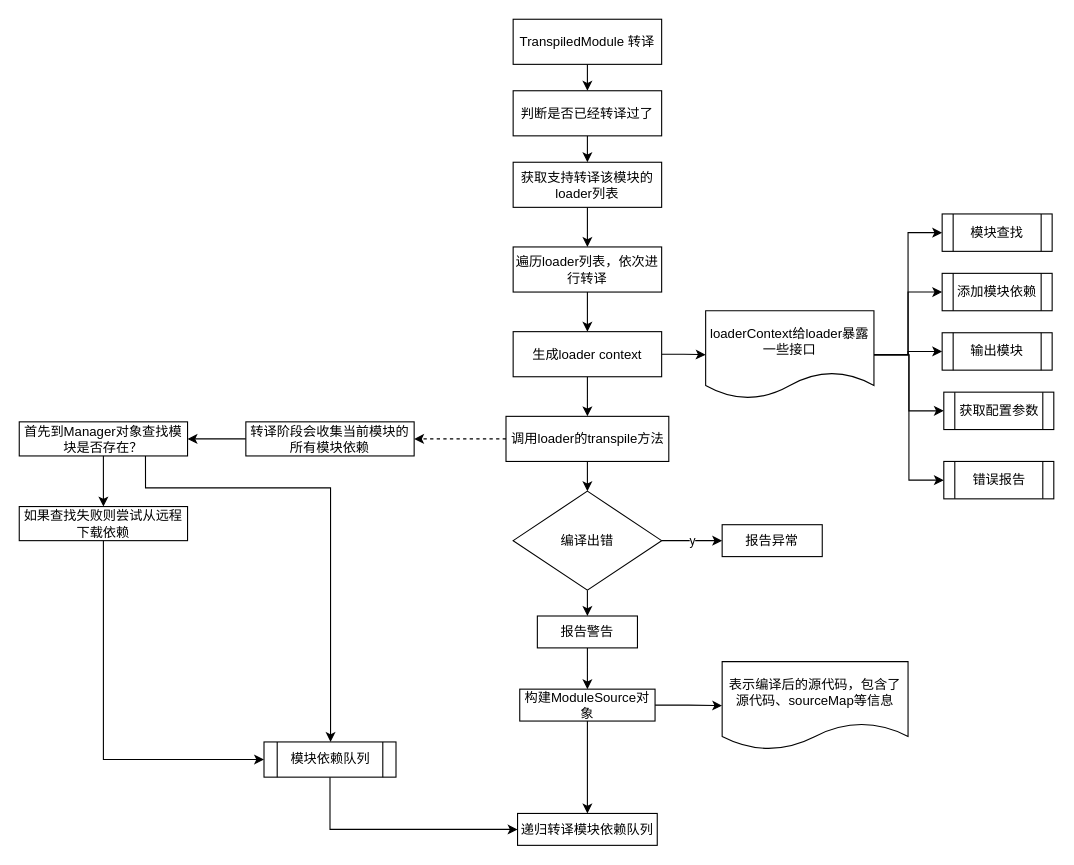
Above: page "转译过程" (6 of 9) of source/_posts/drawio/codesandbox.drawio in ivan-94/bobi.ink (draw.io), before the change. Source tidied: cells renumbered, new cells numbered last; positions are measured from the earlier drawing's top-left corner, leaving out a move shared by most shapes. Both pictures are drawn from the tidied source at 110%, with x=0, y=0 at pixel (19, 19).
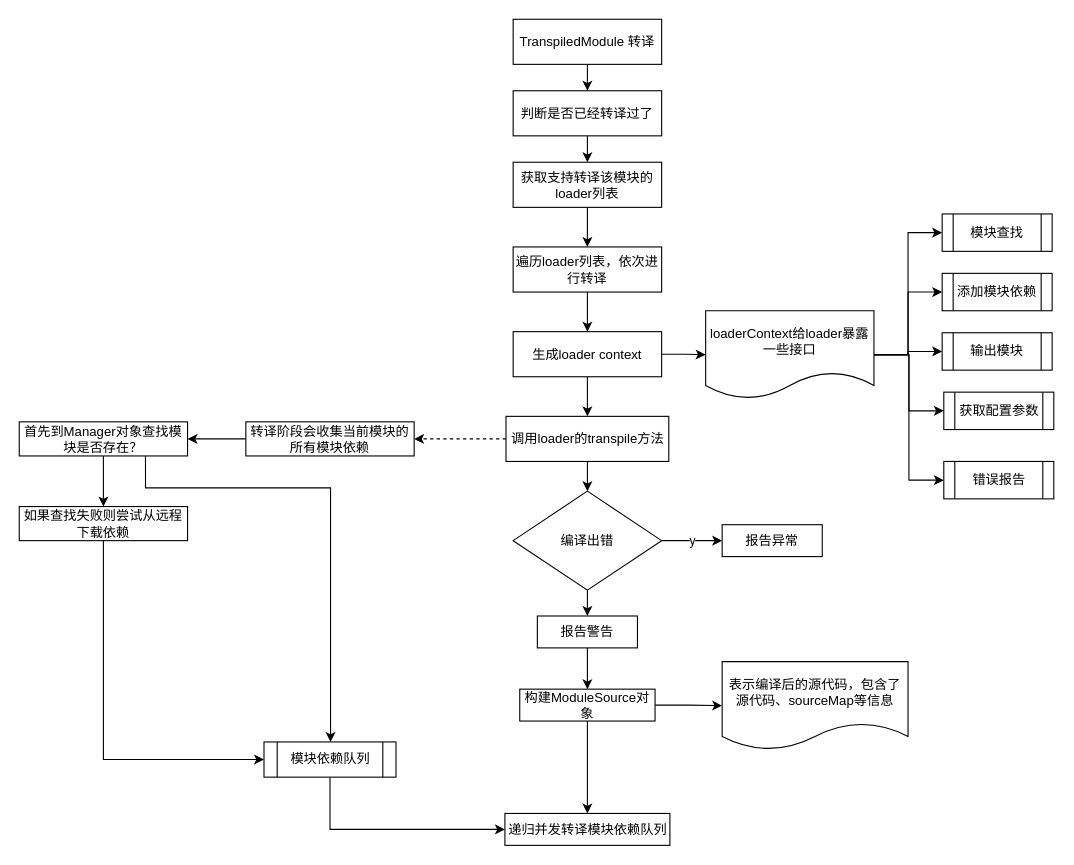
Above is the later version.

Commit message (it also covers changes not shown here):
feat: codesandbox babel-transpiled

Diff of the diagram source:
```diff
@@
-    <mxCell id="46" value="递归转译模块依赖队列" style="rounded=0;whiteSpace=wrap;html=1;" parent="1" vertex="1">
-      <mxGeometry x="453" y="722" width="127" height="29" as="geometry" />
+    <mxCell id="46" value="递归并发转译模块依赖队列" style="rounded=0;whiteSpace=wrap;html=1;" parent="1" vertex="1">
+      <mxGeometry x="441.5" y="722" width="150" height="29" as="geometry" />
     </mxCell>
```
